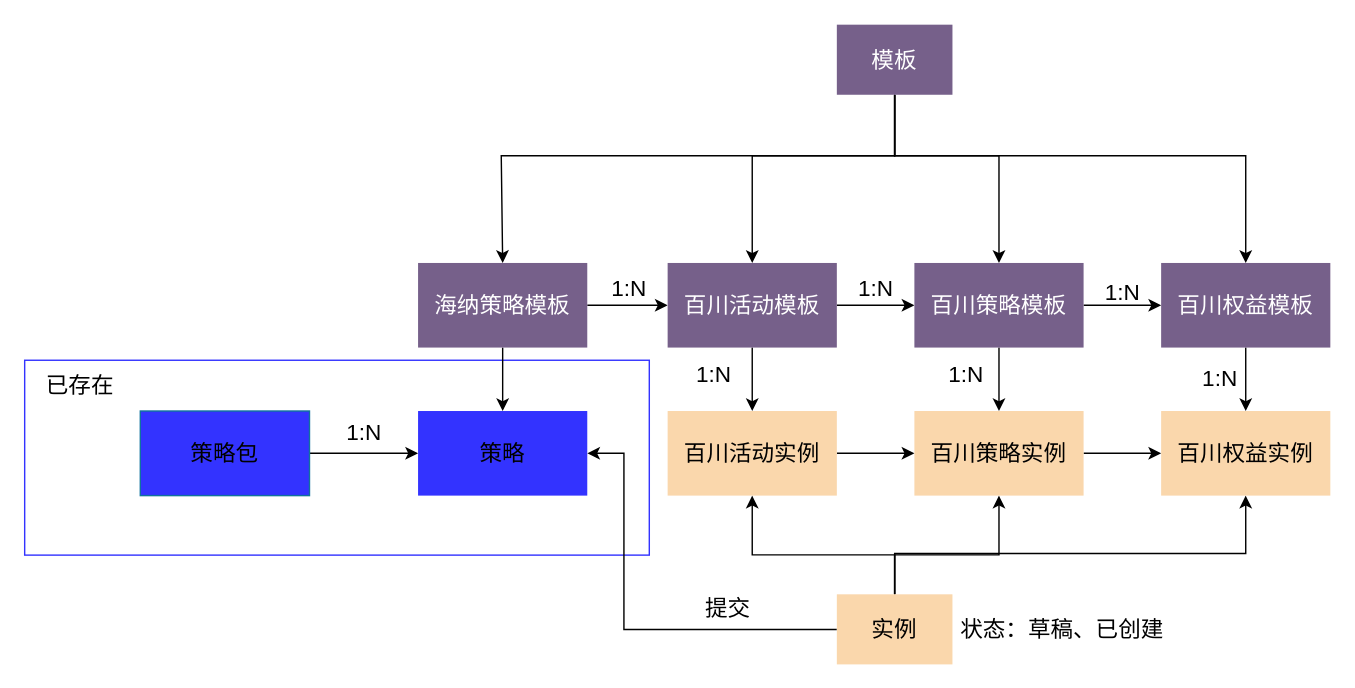
The draw.io diagram 未命名绘图.drawio in pp-6/photo, before the edit. Source tidied: cells renumbered, new cells numbered last; positions are measured from the earlier drawing's top-left corner, leaving out a move shared by most shapes. Both pictures are drawn from the tidied source at 141%, with x=0, y=0 at pixel (24, 24).
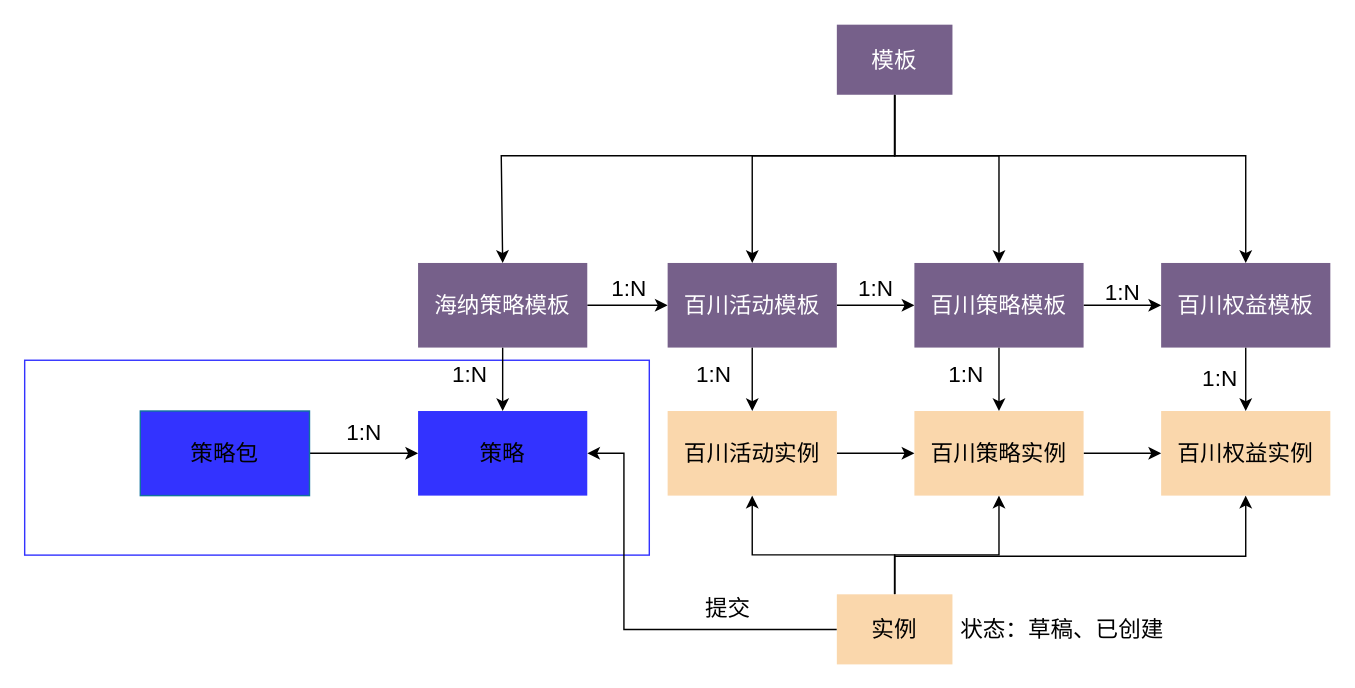
The same page after the edit.

Commit message (it also covers changes not shown here):
更新未命名绘图.drawio

The change refers to these unchanged cells:
```xml
<mxCell id="2" style="rounded=0;whiteSpace=wrap;html=1;shadow=0;glass=0;sketch=0;fontSize=16;strokeColor=#3333FF;" parent="1" vertex="1">
  <mxGeometry y="238" width="443" height="138.2" as="geometry" />
</mxCell>
<mxCell id="27" value="&lt;font style=&quot;font-size: 16px;&quot;&gt;实例&lt;/font&gt;" style="rounded=0;whiteSpace=wrap;html=1;fillColor=#fad7ac;strokeColor=none;" parent="1" vertex="1">
  <mxGeometry x="576" y="404" width="82" height="49.7" as="geometry" />
</mxCell>
<mxCell id="30" value="&lt;span style=&quot;font-size: 16px;&quot;&gt;百川权益实例&lt;/span&gt;" style="rounded=0;whiteSpace=wrap;html=1;align=center;fillColor=#fad7ac;strokeColor=none;flipH=0;flipV=1;" parent="1" vertex="1">
  <mxGeometry x="806" y="274" width="120" height="60" as="geometry" />
</mxCell>
<mxCell id="36" value="&lt;span style=&quot;font-size: 16px;&quot;&gt;策略&lt;/span&gt;" style="rounded=0;whiteSpace=wrap;html=1;fillColor=#3333FF;strokeColor=none;flipH=0;flipV=1;" parent="1" vertex="1">
  <mxGeometry x="279" y="274" width="120" height="60" as="geometry" />
</mxCell>
```

The edit, as a diff of the source:
```diff
@@
-    <mxCell id="3" value="已存在" style="text;html=1;strokeColor=none;fillColor=none;align=center;verticalAlign=middle;whiteSpace=wrap;rounded=0;shadow=0;glass=0;sketch=0;fontSize=16;" parent="2" vertex="1">
-      <mxGeometry y="1" width="79" height="33" as="geometry" />
-    </mxCell>
+    <mxCell id="42" value="1:N" style="text;html=1;strokeColor=none;fillColor=none;align=center;verticalAlign=middle;whiteSpace=wrap;rounded=0;shadow=0;glass=0;sketch=0;fontSize=16;" parent="2" vertex="1">
+      <mxGeometry x="286" y="-5" width="60" height="30" as="geometry" />
+    </mxCell>
@@
+    <mxCell id="26" style="edgeStyle=orthogonalEdgeStyle;rounded=0;jettySize=auto;html=1;fontSize=16;entryX=1;entryY=0.5;entryDx=0;entryDy=0;" parent="1" edge="1" source="27" target="36">
+      <mxGeometry relative="1" as="geometry">
+        <Array as="points">
+          <mxPoint x="425" y="429" />
+          <mxPoint x="425" y="304" />
+        </Array>
+      </mxGeometry>
+    </mxCell>
     <mxCell id="25" style="edgeStyle=orthogonalEdgeStyle;rounded=0;jettySize=auto;html=1;fontSize=16;" parent="1" edge="1" source="27" target="30">
       <mxGeometry relative="1" as="geometry">
         <Array as="points">
-          <mxPoint x="617" y="375" />
-          <mxPoint x="866" y="375" />
+          <mxPoint x="617" y="377" />
+          <mxPoint x="866" y="377" />
         </Array>
       </mxGeometry>
     </mxCell>
-    <mxCell id="26" style="edgeStyle=orthogonalEdgeStyle;rounded=0;jettySize=auto;html=1;fontSize=16;entryX=1;entryY=0.5;entryDx=0;entryDy=0;" parent="1" edge="1" source="27" target="36">
-      <mxGeometry relative="1" as="geometry">
-        <Array as="points">
-          <mxPoint x="425" y="429" />
-          <mxPoint x="425" y="304" />
-        </Array>
-      </mxGeometry>
-    </mxCell>
```
